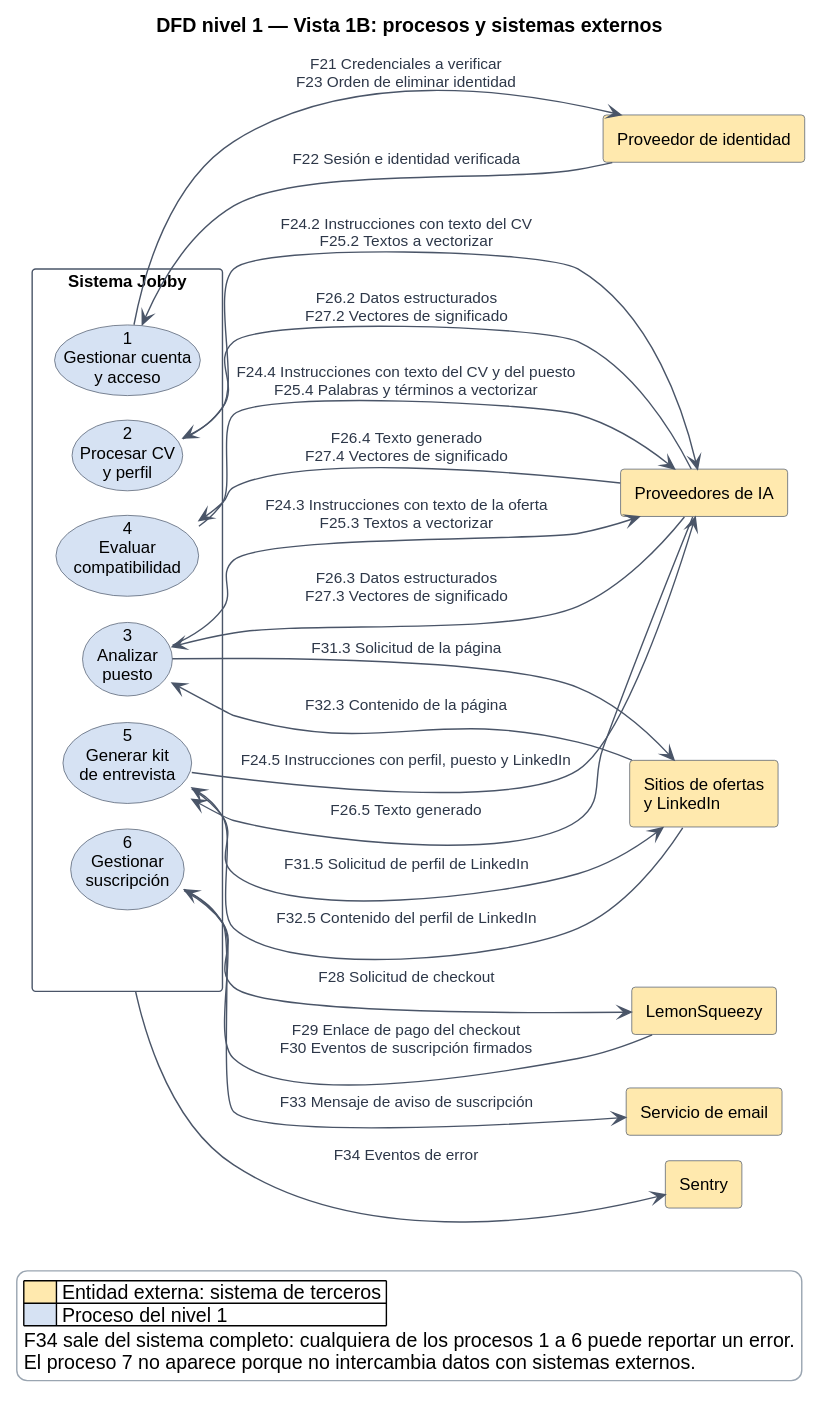
Before: docs/diagramas/dfd-nivel-1-vista-b.svg, a diagram exported from PlantUML (Buatishi/Jobby).
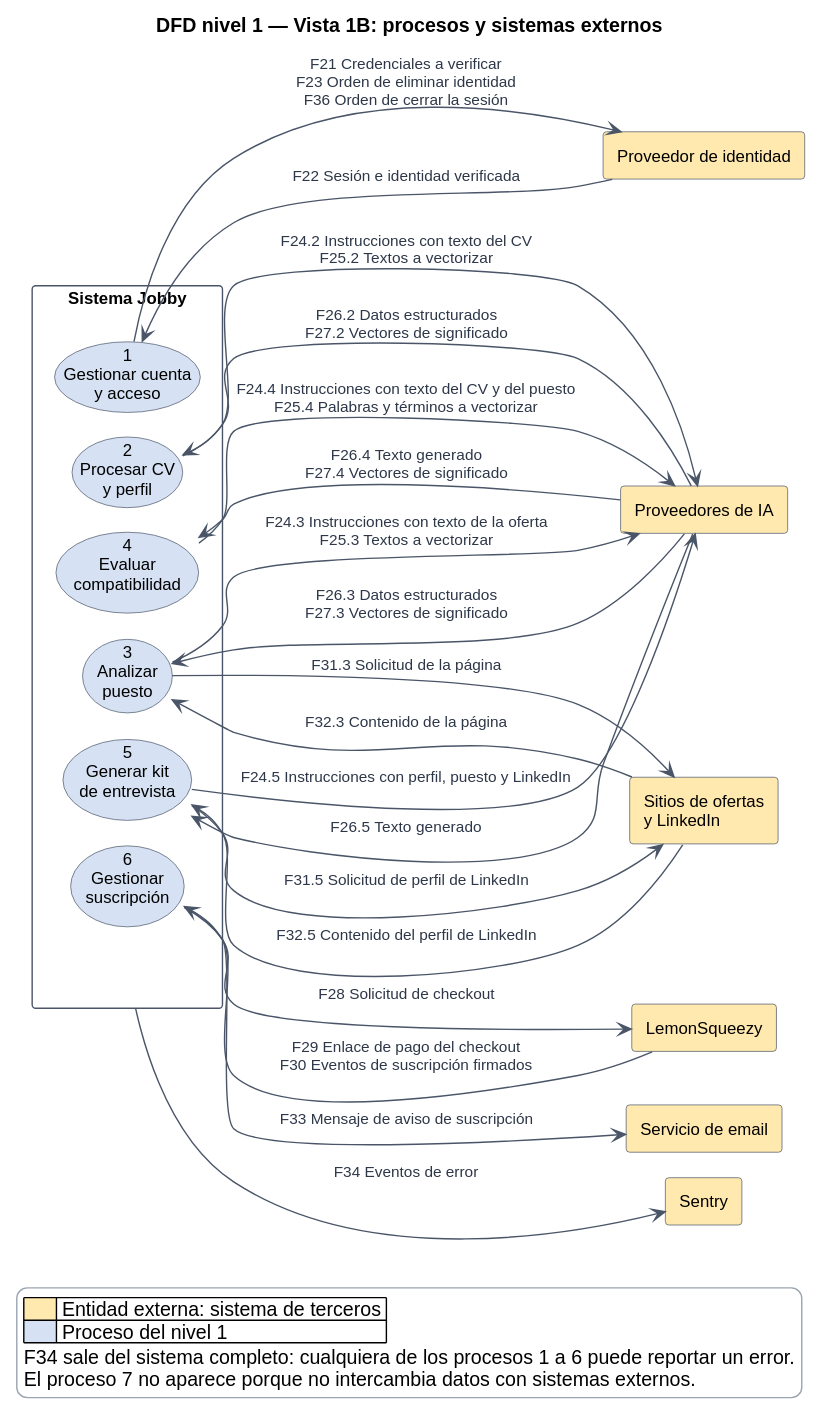
The same diagram one commit later.

What changed in the source:
```diff
@@ -30,7 +30,7 @@
 rectangle "Servicio de email" as EM #FFE9AE
 rectangle "Sentry" as SE #FFE9AE
 
-P1 --> ID : F21 Credenciales a verificar\nF23 Orden de eliminar identidad
+P1 --> ID : F21 Credenciales a verificar\nF23 Orden de eliminar identidad\nF36 Orden de cerrar la sesión
 P1 <-- ID : F22 Sesión e identidad verificada
 P2 --> IA : F24.2 Instrucciones con texto del CV\nF25.2 Textos a vectorizar
 P2 <-- IA : F26.2 Datos estructurados\nF27.2 Vectores de significado
```
